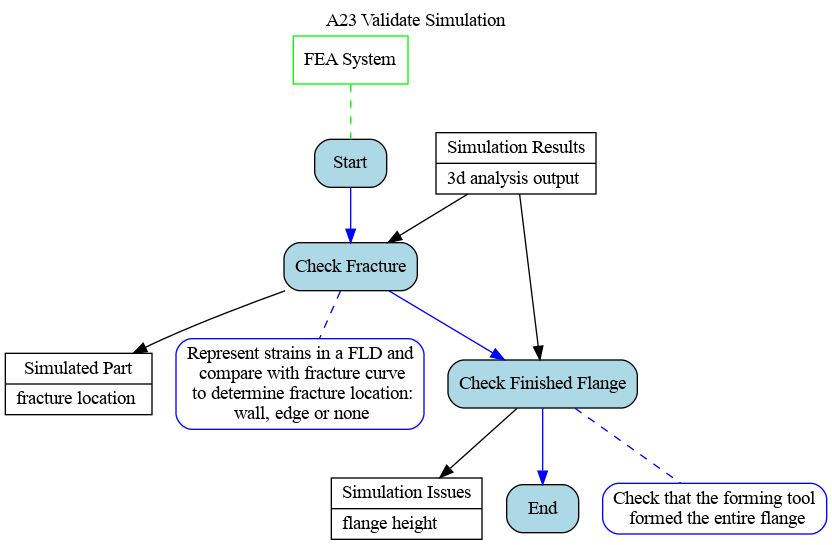
Before: Ontology_Layer/Behaviour_Model/05_A23.gv.png, a diagram exported from Graphviz (ModelsforManufacturing/hole-flanging-by-SPIF-in-a-single-stage). Its source is kept beside it as Ontology_Layer/Behaviour_Model/05_A23.gv.
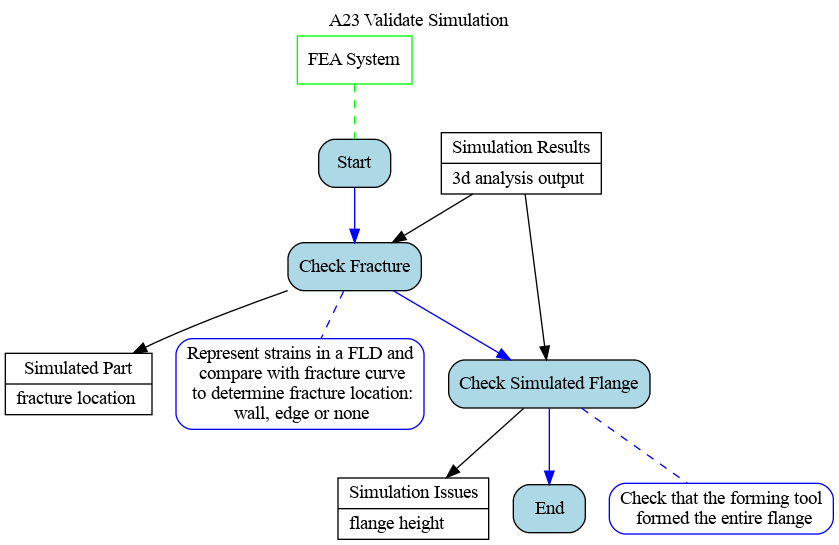
Above is the later version.

Change to the diagram source:
```diff
@@ -16,7 +16,7 @@
 node [shape=box, style="filled, rounded", fillcolor=lightblue, color=black]
 Start
 t1 [label="Check Fracture"]
-t2 [label="Check Finished Flange"]
+t2 [label="Check Simulated Flange"]
 End
 
 node [shape=box, style="filled, rounded", fillcolor=white, color=blue]
```
